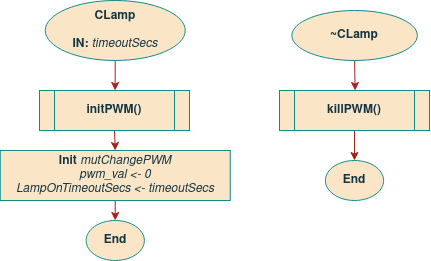
This is report/images/09sw_specification/LS/clamp/constructor.png from ESRGgroup9/slipad, a draw.io export, as it was before one commit. Source tidied: cells renumbered, new cells last; positions are measured from the earlier drawing's top-left corner, leaving out a move shared by most shapes.
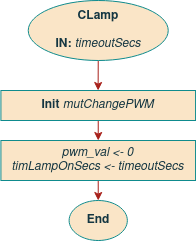
The same diagram one commit later.

What changed in the source:
```diff
@@ -12,37 +12,20 @@
     </mxCell>
     <mxCell id="4" style="edgeStyle=orthogonalEdgeStyle;curved=0;rounded=1;sketch=0;jettySize=auto;html=1;exitX=0.5;exitY=1;exitDx=0;exitDy=0;entryX=0.5;entryY=0;entryDx=0;entryDy=0;fontColor=#143642;strokeColor=#A8201A;fillColor=#FAE5C7;" parent="1" edge="1" source="5">
       <mxGeometry relative="1" as="geometry">
-        <mxPoint x="114.7" y="220" as="targetPoint" />
+        <mxPoint x="114.7" y="200" as="targetPoint" />
       </mxGeometry>
     </mxCell>
-    <mxCell id="5" value="&lt;div&gt;&lt;b&gt;Init&lt;/b&gt; &lt;i&gt;mutChangePWM&lt;/i&gt;&lt;/div&gt;&lt;div&gt;&lt;i&gt;pwm_val &amp;lt;- 0&lt;/i&gt;&lt;/div&gt;&lt;div&gt;&lt;i&gt;LampOnTimeoutSecs &amp;lt;- timeoutSecs&lt;br&gt;&lt;/i&gt;&lt;/div&gt;" style="rounded=0;whiteSpace=wrap;html=1;sketch=0;fontColor=#143642;strokeColor=#0F8B8D;fillColor=#FAE5C7;" parent="1" vertex="1">
-      <mxGeometry x="-0.3" y="150" width="230" height="50" as="geometry" />
+    <mxCell id="5" value="&lt;div&gt;&lt;i&gt;pwm_val &amp;lt;- 0&lt;/i&gt;&lt;/div&gt;&lt;div&gt;&lt;i&gt;timLampOnSecs &amp;lt;- timeoutSecs&lt;br&gt;&lt;/i&gt;&lt;/div&gt;" style="rounded=0;whiteSpace=wrap;html=1;sketch=0;fontColor=#143642;strokeColor=#0F8B8D;fillColor=#FAE5C7;" parent="1" vertex="1">
+      <mxGeometry x="17.4" y="140" width="194.6" height="40" as="geometry" />
     </mxCell>
-    <mxCell id="6" style="edgeStyle=orthogonalEdgeStyle;curved=0;rounded=1;sketch=0;jettySize=auto;html=1;exitX=0.5;exitY=1;exitDx=0;exitDy=0;entryX=0.5;entryY=0;entryDx=0;entryDy=0;fontColor=#143642;strokeColor=#A8201A;fillColor=#FAE5C7;" parent="1" edge="1" source="7" target="5">
-      <mxGeometry relative="1" as="geometry" />
-    </mxCell>
-    <mxCell id="7" value="&lt;b&gt;initPWM()&lt;/b&gt;" style="shape=process;whiteSpace=wrap;html=1;backgroundOutline=1;rounded=0;sketch=0;fontColor=#143642;strokeColor=#0F8B8D;fillColor=#FAE5C7;" parent="1" vertex="1">
-      <mxGeometry x="39" y="90" width="150" height="40" as="geometry" />
-    </mxCell>
     <mxCell id="8" value="End" style="ellipse;whiteSpace=wrap;html=1;fillColor=#FAE5C7;strokeColor=#0F8B8D;fontColor=#143642;fontStyle=1;" parent="1" vertex="1">
-      <mxGeometry x="85.6" y="220" width="58.2" height="40" as="geometry" />
+      <mxGeometry x="85.6" y="200" width="58.2" height="40" as="geometry" />
     </mxCell>
-    <mxCell id="9" style="edgeStyle=orthogonalEdgeStyle;curved=0;rounded=1;sketch=0;jettySize=auto;html=1;exitX=0.5;exitY=1;exitDx=0;exitDy=0;entryX=0.5;entryY=0;entryDx=0;entryDy=0;fontColor=#143642;strokeColor=#A8201A;fillColor=#FAE5C7;" parent="1" edge="1" source="10">
-      <mxGeometry relative="1" as="geometry">
-        <mxPoint x="354.6" y="90" as="targetPoint" />
-      </mxGeometry>
-    </mxCell>
-    <mxCell id="10" value="~CLamp" style="ellipse;whiteSpace=wrap;html=1;fillColor=#FAE5C7;strokeColor=#0F8B8D;fontColor=#143642;fontStyle=1;" parent="1" vertex="1">
-      <mxGeometry x="291.4" y="10" width="125.5" height="50" as="geometry" />
-    </mxCell>
-    <mxCell id="11" style="edgeStyle=orthogonalEdgeStyle;curved=0;rounded=1;sketch=0;jettySize=auto;html=1;exitX=0.5;exitY=1;exitDx=0;exitDy=0;entryX=0.5;entryY=0;entryDx=0;entryDy=0;fontSize=11;fontColor=#143642;strokeColor=#A8201A;fillColor=#FAE5C7;" parent="1" edge="1" source="12" target="13">
-      <mxGeometry relative="1" as="geometry" />
-    </mxCell>
-    <mxCell id="12" value="&lt;b&gt;killPWM()&lt;/b&gt;" style="shape=process;whiteSpace=wrap;html=1;backgroundOutline=1;rounded=0;sketch=0;fontColor=#143642;strokeColor=#0F8B8D;fillColor=#FAE5C7;" parent="1" vertex="1">
-      <mxGeometry x="279" y="90" width="150" height="40" as="geometry" />
-    </mxCell>
-    <mxCell id="13" value="End" style="ellipse;whiteSpace=wrap;html=1;fillColor=#FAE5C7;strokeColor=#0F8B8D;fontColor=#143642;fontStyle=1;" parent="1" vertex="1">
-      <mxGeometry x="324.9" y="160" width="58.2" height="40" as="geometry" />
-    </mxCell>
+    <mxCell id="14" style="edgeStyle=orthogonalEdgeStyle;rounded=1;jettySize=auto;html=1;exitX=0.5;exitY=1;exitDx=0;exitDy=0;entryX=0.5;entryY=0;entryDx=0;entryDy=0;strokeColor=#A8201A;" parent="1" edge="1" source="15" target="5">
+      <mxGeometry relative="1" as="geometry" />
+    </mxCell>
+    <mxCell id="15" value="&lt;div&gt;&lt;b&gt;Init&lt;/b&gt; &lt;i&gt;mutChangePWM&lt;/i&gt;&lt;/div&gt;" style="rounded=0;whiteSpace=wrap;html=1;sketch=0;fontColor=#143642;strokeColor=#0F8B8D;fillColor=#FAE5C7;" parent="1" vertex="1">
+      <mxGeometry x="17.4" y="90" width="194.6" height="30" as="geometry" />
+    </mxCell>
   </root>
 </mxGraphModel>
```
